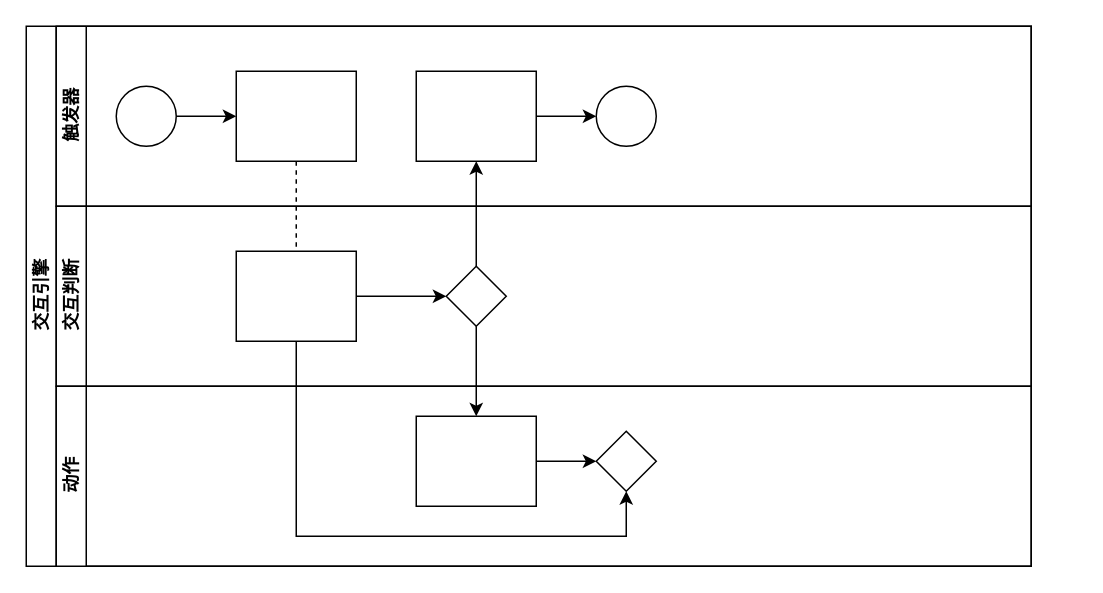
sdlbp/draw.io keeps this draw.io diagram as 交互判断.drawio. Above is the earlier version. Source tidied: cells renumbered, new cells numbered last; positions are measured from the earlier drawing's top-left corner, leaving out a move shared by most shapes. Both pictures are drawn from the tidied source at 150%, with x=0, y=0 at pixel (26, 26).
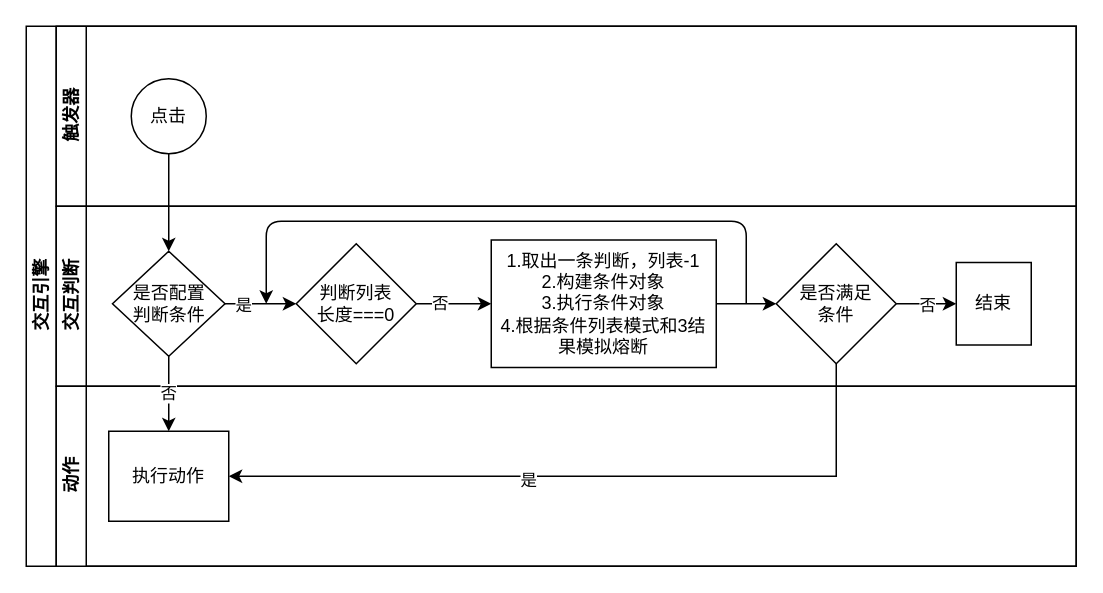
The same page after the edit.

Change to the diagram source:
```diff
@@
     <mxCell id="2" value="交互引擎" style="swimlane;html=1;horizontal=0;startSize=20;" parent="1" vertex="1">
-      <mxGeometry width="670" height="360" as="geometry" />
+      <mxGeometry width="700" height="360" as="geometry" />
     </mxCell>
-    <mxCell id="3" style="edgeStyle=orthogonalEdgeStyle;rounded=0;jettySize=auto;html=1;dashed=1;endArrow=none;endFill=0;" parent="2" edge="1" source="10" target="16">
-      <mxGeometry relative="1" as="geometry" />
-    </mxCell>
-    <mxCell id="4" style="edgeStyle=orthogonalEdgeStyle;rounded=0;jettySize=auto;html=1;endArrow=classic;endFill=1;" parent="2" edge="1" source="17" target="12">
-      <mxGeometry relative="1" as="geometry" />
-    </mxCell>
+    <mxCell id="7" value="触发器" style="swimlane;html=1;startSize=20;horizontal=0;" parent="2" vertex="1">
+      <mxGeometry x="20" width="680" height="120" as="geometry" />
+    </mxCell>
+    <mxCell id="9" value="点击" style="ellipse;whiteSpace=wrap;html=1;" parent="7" vertex="1">
+      <mxGeometry x="50" y="35" width="50" height="50" as="geometry" />
+    </mxCell>
+    <mxCell id="14" value="交互判断" style="swimlane;html=1;startSize=20;horizontal=0;" parent="2" vertex="1">
+      <mxGeometry x="20" y="120" width="680" height="120" as="geometry" />
+    </mxCell>
+    <mxCell id="22" style="edgeStyle=orthogonalEdgeStyle;rounded=0;jettySize=auto;html=1;" parent="14" edge="1" source="17" target="26">
+      <mxGeometry relative="1" as="geometry" />
+    </mxCell>
+    <mxCell id="23" value="是" style="edgeLabel;html=1;align=center;verticalAlign=middle;" parent="22" vertex="1">
+      <mxGeometry x="-0.52" relative="1" as="geometry">
+        <mxPoint x="1" as="offset" />
+      </mxGeometry>
+    </mxCell>
+    <mxCell id="17" value="是否配置&lt;br&gt;判断条件" style="rhombus;whiteSpace=wrap;html=1;fontFamily=Helvetica;fontSize=12;fontColor=#000000;align=center;" parent="14" vertex="1">
+      <mxGeometry x="37.5" y="30" width="75" height="70" as="geometry" />
+    </mxCell>
+    <mxCell id="24" style="edgeStyle=orthogonalEdgeStyle;rounded=0;jettySize=auto;html=1;" parent="14" edge="1" source="26" target="27">
+      <mxGeometry relative="1" as="geometry" />
+    </mxCell>
+    <mxCell id="25" value="否" style="edgeLabel;html=1;align=center;verticalAlign=middle;" parent="24" vertex="1">
+      <mxGeometry x="-0.4" y="1" relative="1" as="geometry" />
+    </mxCell>
+    <mxCell id="26" value="判断列表&lt;br&gt;长度===0" style="rhombus;whiteSpace=wrap;html=1;" parent="14" vertex="1">
+      <mxGeometry x="160" y="25" width="80" height="80" as="geometry" />
+    </mxCell>
+    <mxCell id="27" value="1.取出一条判断，列表-1&lt;br&gt;2.构建条件对象&lt;br&gt;3.执行条件对象&lt;br&gt;4.根据条件列表模式和3结果模拟熔断" style="whiteSpace=wrap;html=1;" parent="14" vertex="1">
+      <mxGeometry x="290" y="22.5" width="150" height="85" as="geometry" />
+    </mxCell>
+    <mxCell id="28" style="edgeStyle=orthogonalEdgeStyle;rounded=0;jettySize=auto;html=1;" parent="14" edge="1" source="30" target="32">
+      <mxGeometry relative="1" as="geometry" />
+    </mxCell>
+    <mxCell id="29" value="否" style="edgeLabel;html=1;align=center;verticalAlign=middle;" parent="28" vertex="1">
+      <mxGeometry x="0.28" y="-2" relative="1" as="geometry">
+        <mxPoint x="-6" y="-2" as="offset" />
+      </mxGeometry>
+    </mxCell>
+    <mxCell id="30" value="是否满足&lt;br&gt;条件" style="rhombus;whiteSpace=wrap;html=1;" parent="14" vertex="1">
+      <mxGeometry x="480" y="25" width="80" height="80" as="geometry" />
+    </mxCell>
+    <mxCell id="31" style="edgeStyle=orthogonalEdgeStyle;rounded=0;jettySize=auto;html=1;entryX=0;entryY=0.5;entryDx=0;entryDy=0;entryPerimeter=0;" parent="14" edge="1" source="27" target="30">
+      <mxGeometry relative="1" as="geometry" />
+    </mxCell>
+    <mxCell id="32" value="结束" style="whiteSpace=wrap;html=1;" parent="14" vertex="1">
+      <mxGeometry x="600" y="37.5" width="50" height="55" as="geometry" />
+    </mxCell>
+    <mxCell id="18" value="动作" style="swimlane;html=1;startSize=20;horizontal=0;" parent="2" vertex="1">
+      <mxGeometry x="20" y="240" width="680" height="120" as="geometry" />
+    </mxCell>
+    <mxCell id="20" value="执行动作" style="rounded=0;whiteSpace=wrap;html=1;fontFamily=Helvetica;fontSize=12;fontColor=#000000;align=center;" parent="18" vertex="1">
+      <mxGeometry x="35" y="30" width="80" height="60" as="geometry" />
+    </mxCell>
+    <mxCell id="33" style="edgeStyle=orthogonalEdgeStyle;rounded=0;jettySize=auto;html=1;entryX=0.5;entryY=0;entryDx=0;entryDy=0;" parent="2" edge="1" source="9" target="17">
+      <mxGeometry relative="1" as="geometry" />
+    </mxCell>
-    <mxCell id="5" style="edgeStyle=orthogonalEdgeStyle;rounded=0;jettySize=auto;html=1;endArrow=classic;endFill=1;" parent="2" edge="1" source="17" target="20">
+    <mxCell id="5" value="否" style="edgeStyle=orthogonalEdgeStyle;rounded=0;jettySize=auto;html=1;entryX=0.5;entryY=0;entryDx=0;entryDy=0;" parent="2" edge="1" source="17" target="20">
       <mxGeometry relative="1" as="geometry" />
     </mxCell>
-    <mxCell id="6" style="edgeStyle=orthogonalEdgeStyle;rounded=0;jettySize=auto;html=1;endArrow=classic;endFill=1;" parent="2" edge="1" source="16" target="21">
-      <mxGeometry relative="1" as="geometry">
-        <Array as="points">
-          <mxPoint x="180" y="340" />
-          <mxPoint x="400" y="340" />
-        </Array>
-      </mxGeometry>
-    </mxCell>
-    <mxCell id="7" value="触发器" style="swimlane;html=1;startSize=20;horizontal=0;" parent="2" vertex="1">
-      <mxGeometry x="20" width="650" height="120" as="geometry" />
-    </mxCell>
-    <mxCell id="8" style="edgeStyle=orthogonalEdgeStyle;rounded=0;jettySize=auto;html=1;" parent="7" edge="1" source="9" target="10">
-      <mxGeometry relative="1" as="geometry" />
-    </mxCell>
-    <mxCell id="9" style="ellipse;whiteSpace=wrap;html=1;" parent="7" vertex="1">
-      <mxGeometry x="40" y="40" width="40" height="40" as="geometry" />
-    </mxCell>
-    <mxCell id="10" style="rounded=0;whiteSpace=wrap;html=1;fontFamily=Helvetica;fontSize=12;fontColor=#000000;align=center;" parent="7" vertex="1">
-      <mxGeometry x="120" y="30" width="80" height="60" as="geometry" />
-    </mxCell>
-    <mxCell id="11" style="edgeStyle=orthogonalEdgeStyle;rounded=0;jettySize=auto;html=1;endArrow=classic;endFill=1;" parent="7" edge="1" source="12" target="13">
-      <mxGeometry relative="1" as="geometry" />
-    </mxCell>
-    <mxCell id="12" style="rounded=0;whiteSpace=wrap;html=1;fontFamily=Helvetica;fontSize=12;fontColor=#000000;align=center;" parent="7" vertex="1">
-      <mxGeometry x="240" y="30" width="80" height="60" as="geometry" />
-    </mxCell>
-    <mxCell id="13" style="ellipse;whiteSpace=wrap;html=1;" parent="7" vertex="1">
-      <mxGeometry x="360" y="40" width="40" height="40" as="geometry" />
-    </mxCell>
-    <mxCell id="14" value="交互判断" style="swimlane;html=1;startSize=20;horizontal=0;" parent="2" vertex="1">
-      <mxGeometry x="20" y="120" width="650" height="120" as="geometry" />
-    </mxCell>
-    <mxCell id="15" style="edgeStyle=orthogonalEdgeStyle;rounded=0;jettySize=auto;html=1;endArrow=classic;endFill=1;" parent="14" edge="1" source="16" target="17">
-      <mxGeometry relative="1" as="geometry" />
-    </mxCell>
-    <mxCell id="16" style="rounded=0;whiteSpace=wrap;html=1;fontFamily=Helvetica;fontSize=12;fontColor=#000000;align=center;" parent="14" vertex="1">
-      <mxGeometry x="120" y="30" width="80" height="60" as="geometry" />
-    </mxCell>
-    <mxCell id="17" style="rhombus;whiteSpace=wrap;html=1;fontFamily=Helvetica;fontSize=12;fontColor=#000000;align=center;" parent="14" vertex="1">
-      <mxGeometry x="260" y="40" width="40" height="40" as="geometry" />
-    </mxCell>
-    <mxCell id="18" value="动作" style="swimlane;html=1;startSize=20;horizontal=0;" parent="2" vertex="1">
-      <mxGeometry x="20" y="240" width="650" height="120" as="geometry" />
-    </mxCell>
-    <mxCell id="19" style="edgeStyle=orthogonalEdgeStyle;rounded=0;jettySize=auto;html=1;endArrow=classic;endFill=1;" parent="18" edge="1" source="20" target="21">
-      <mxGeometry relative="1" as="geometry" />
-    </mxCell>
-    <mxCell id="20" style="rounded=0;whiteSpace=wrap;html=1;fontFamily=Helvetica;fontSize=12;fontColor=#000000;align=center;" parent="18" vertex="1">
-      <mxGeometry x="240" y="20" width="80" height="60" as="geometry" />
-    </mxCell>
-    <mxCell id="21" style="rhombus;whiteSpace=wrap;html=1;fontFamily=Helvetica;fontSize=12;fontColor=#000000;align=center;" parent="18" vertex="1">
-      <mxGeometry x="360" y="30" width="40" height="40" as="geometry" />
-    </mxCell>
+    <mxCell id="34" style="edgeStyle=orthogonalEdgeStyle;rounded=0;jettySize=auto;html=1;entryX=1;entryY=0.5;entryDx=0;entryDy=0;" parent="2" edge="1" source="30" target="20">
+      <mxGeometry relative="1" as="geometry">
+        <Array as="points">
+          <mxPoint x="540" y="300" />
+        </Array>
+      </mxGeometry>
+    </mxCell>
+    <mxCell id="35" value="是" style="edgeLabel;html=1;align=center;verticalAlign=middle;" parent="34" vertex="1">
+      <mxGeometry x="0.17" y="2" relative="1" as="geometry" />
+    </mxCell>
+    <mxCell id="36" style="edgeStyle=elbowEdgeStyle;elbow=vertical;endArrow=classic;html=1;" parent="1" edge="1">
+      <mxGeometry relative="1" as="geometry">
+        <mxPoint x="480" y="185" as="sourcePoint" />
+        <mxPoint x="160" y="185" as="targetPoint" />
+        <Array as="points">
+          <mxPoint x="410" y="130" />
+        </Array>
+      </mxGeometry>
+    </mxCell>
```
